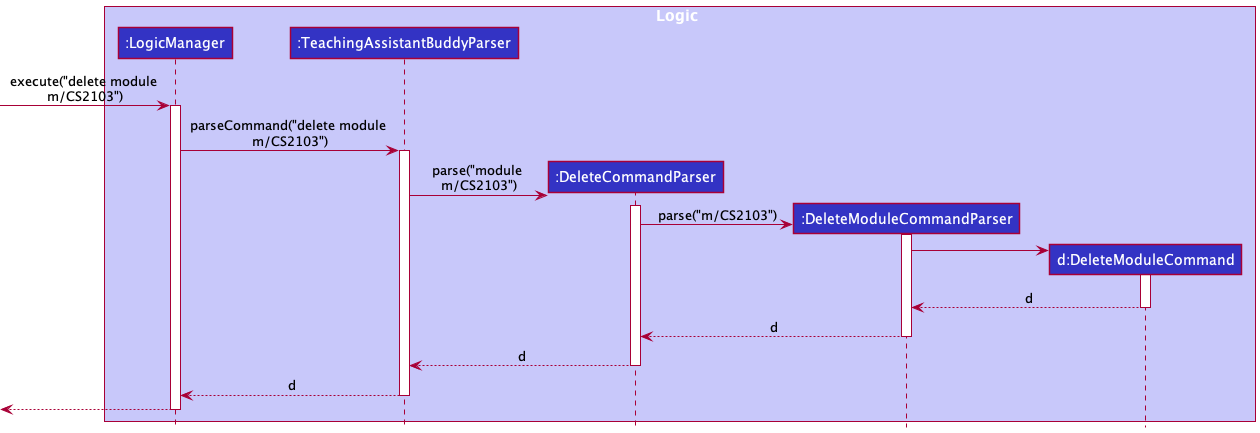
This is docs/images/DeleteModuleSequenceDiagram1.png from nus-cs2103-AY2122S1/tp, a PlantUML export, as it was before one commit. Its diagram source:
```plantuml
@startuml
!include style.puml

box Logic LOGIC_COLOR_T1
participant ":LogicManager" as LogicManager LOGIC_COLOR
participant ":TeachingAssistantBuddyParser" as TeachingAssistantBuddyParser LOGIC_COLOR
participant ":DeleteCommandParser" as DeleteCommandParser LOGIC_COLOR
participant ":DeleteModuleCommandParser" as DeleteModuleCommandParser LOGIC_COLOR
participant "d:DeleteModuleCommand" as DeleteModuleCommand LOGIC_COLOR
end box


[-> LogicManager : execute("delete module \nm/CS2103")
activate LogicManager

LogicManager -> TeachingAssistantBuddyParser : parseCommand("delete module \nm/CS2103")
activate TeachingAssistantBuddyParser

create DeleteCommandParser
TeachingAssistantBuddyParser -> DeleteCommandParser : parse("module \nm/CS2103")
activate DeleteCommandParser

create DeleteModuleCommandParser
DeleteCommandParser -> DeleteModuleCommandParser : parse("m/CS2103")
activate DeleteModuleCommandParser

create DeleteModuleCommand
DeleteModuleCommandParser -> DeleteModuleCommand
activate DeleteModuleCommand

DeleteModuleCommand --> DeleteModuleCommandParser : d
deactivate DeleteModuleCommand

DeleteModuleCommandParser --> DeleteCommandParser : d
deactivate DeleteModuleCommandParser

DeleteCommandParser --> TeachingAssistantBuddyParser : d
deactivate DeleteCommandParser

TeachingAssistantBuddyParser --> LogicManager : d
deactivate TeachingAssistantBuddyParser



[<--LogicManager
deactivate LogicManager
@enduml
```
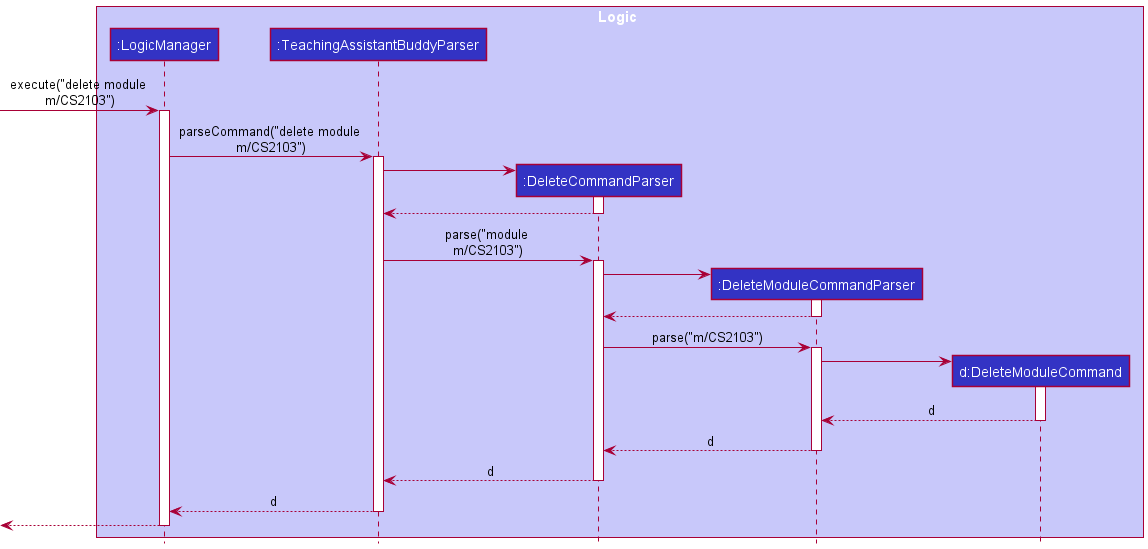
Later version of the same file.

What changed in the source:
```diff
@@ -1,5 +1,5 @@
 @startuml
-!include style.puml
+!include ../style.puml
 
 box Logic LOGIC_COLOR_T1
 participant ":LogicManager" as LogicManager LOGIC_COLOR
@@ -17,10 +17,20 @@
 activate TeachingAssistantBuddyParser
 
 create DeleteCommandParser
+TeachingAssistantBuddyParser -> DeleteCommandParser
+activate DeleteCommandParser
+DeleteCommandParser --> TeachingAssistantBuddyParser
+deactivate DeleteCommandParser
+
 TeachingAssistantBuddyParser -> DeleteCommandParser : parse("module \nm/CS2103")
 activate DeleteCommandParser
 
 create DeleteModuleCommandParser
+DeleteCommandParser -> DeleteModuleCommandParser
+activate DeleteModuleCommandParser
+DeleteModuleCommandParser --> DeleteCommandParser
+deactivate DeleteModuleCommandParser
+
 DeleteCommandParser -> DeleteModuleCommandParser : parse("m/CS2103")
 activate DeleteModuleCommandParser
 
```
